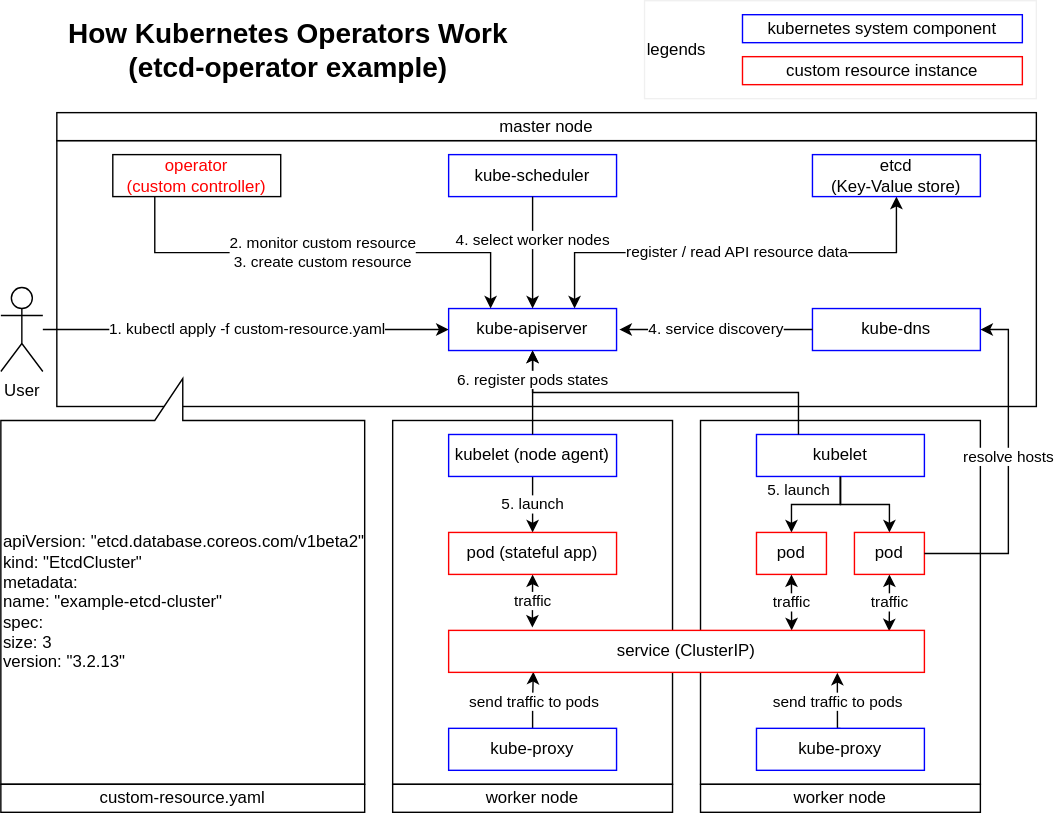
The draw.io diagram Kubernetes/images/operator-overview.drawio.svg in k-makino-jp/sandbox, before a commit. Source tidied: cells renumbered, new cells last; positions are measured from the earlier drawing's top-left corner, leaving out a move shared by most shapes.
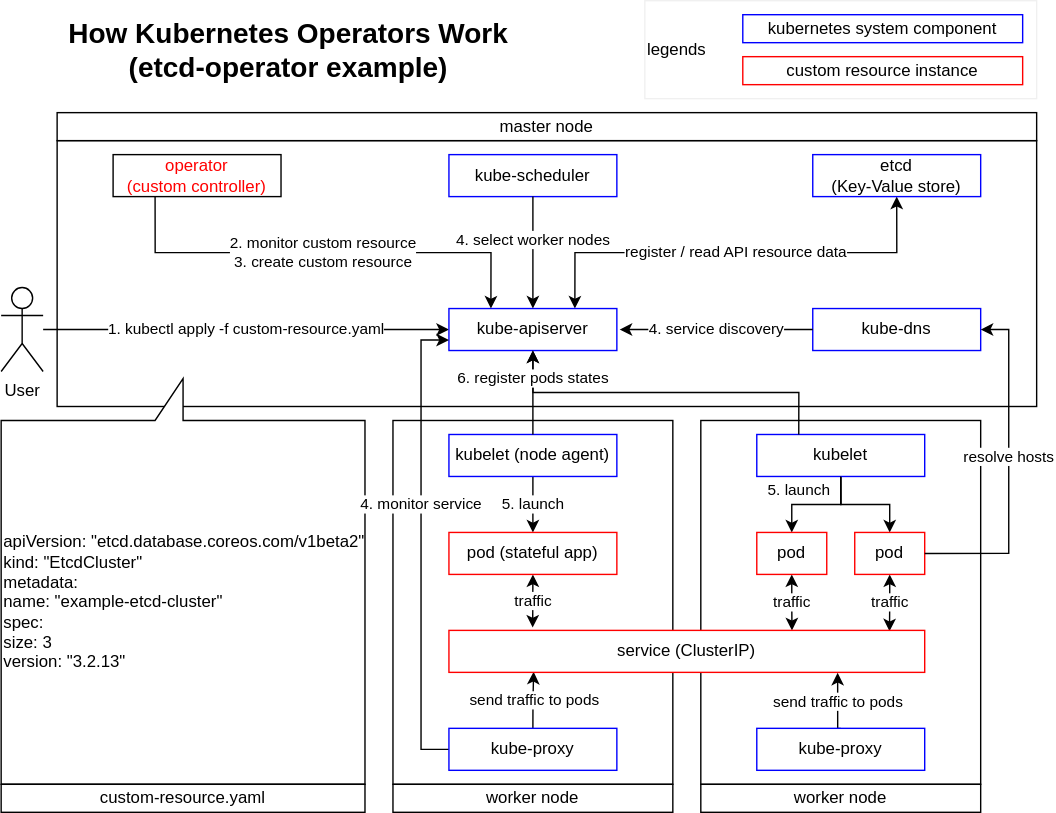
The same diagram one commit later.

Change to the diagram source:
```diff
@@ -106,6 +106,9 @@
     <mxCell id="35" value="send traffic to pods" style="edgeStyle=orthogonalEdgeStyle;rounded=0;jumpSize=0;jettySize=auto;html=1;exitX=0.5;exitY=0;exitDx=0;exitDy=0;entryX=0.178;entryY=0.987;entryDx=0;entryDy=0;entryPerimeter=0;fontSize=11;strokeWidth=1;align=center;verticalAlign=middle;" parent="1" edge="1" source="36" target="42">
       <mxGeometry relative="1" as="geometry" />
     </mxCell>
+    <mxCell id="46" value="4. monitor service&lt;br&gt;" style="edgeStyle=orthogonalEdgeStyle;rounded=0;jettySize=auto;html=1;exitX=0;exitY=0.5;exitDx=0;exitDy=0;entryX=0;entryY=0.75;entryDx=0;entryDy=0;verticalAlign=bottom;align=center;horizontal=1;spacingBottom=20;" parent="1" edge="1" source="36" target="7">
+      <mxGeometry relative="1" as="geometry" />
+    </mxCell>
     <mxCell id="36" value="kube-proxy" style="rounded=0;whiteSpace=wrap;html=1;strokeColor=#0000FF;" parent="1" vertex="1">
       <mxGeometry x="320" y="520" width="120" height="30" as="geometry" />
     </mxCell>
```
